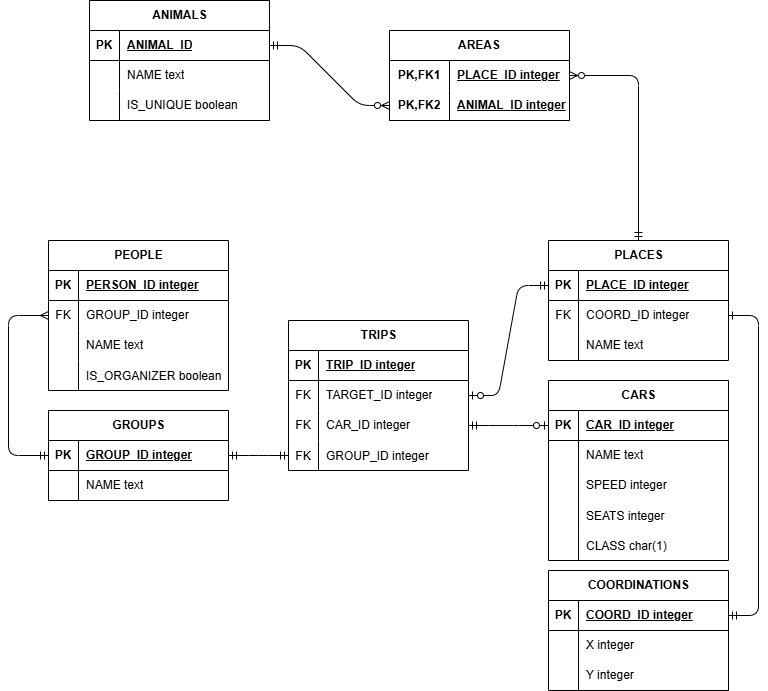
Earlier version of the draw.io export lab1/DataModel.drawio.png (Xaabibas/Databases). Source tidied: cells renumbered, new cells last; positions are measured from the earlier drawing's top-left corner, leaving out a move shared by most shapes.
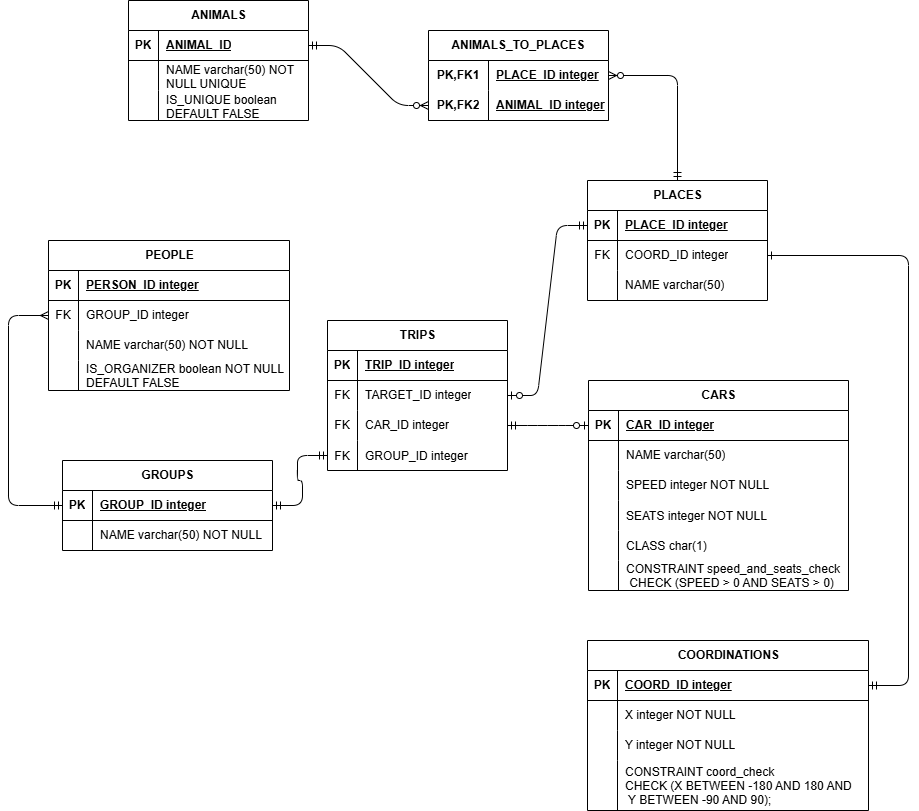
Above is the later version.

Diff of the diagram source:
```diff
@@ -44,6 +44,6 @@
     <mxCell id="15" value="CARS" style="shape=table;startSize=30;rowLines=0;fontStyle=1;align=center;html=1;" parent="1" vertex="1">
-      <mxGeometry x="540" y="380" width="180" height="180" as="geometry" />
+      <mxGeometry x="541" y="380" width="260" height="210" as="geometry" />
     </mxCell>
     <mxCell id="16" style="shape=tableRow;horizontal=0;startSize=0;swimlaneHead=0;swimlaneBody=0;fillColor=none;points=[[0,0.5],[1,0.5]];portConstraint=eastwest;top=0;left=0;right=0;bottom=1;" parent="15" vertex="1">
-      <mxGeometry y="30" width="180" height="30" as="geometry" />
+      <mxGeometry y="30" width="260" height="30" as="geometry" />
     </mxCell>
@@ -53,6 +53,6 @@
     <mxCell id="18" value="CAR_ID integer" style="shape=partialRectangle;fillColor=none;top=0;left=0;bottom=0;right=0;align=left;spacingLeft=6;fontStyle=5;overflow=hidden;whiteSpace=wrap;html=1;" parent="16" vertex="1">
-      <mxGeometry x="30" width="150" height="30" as="geometry" />
+      <mxGeometry x="30" width="230" height="30" as="geometry" />
     </mxCell>
     <mxCell id="19" style="shape=tableRow;horizontal=0;startSize=0;swimlaneHead=0;swimlaneBody=0;fillColor=none;top=0;left=0;right=0;bottom=0;" parent="15" vertex="1">
-      <mxGeometry y="60" width="180" height="30" as="geometry" />
+      <mxGeometry y="60" width="260" height="30" as="geometry" />
     </mxCell>
@@ -61,7 +61,7 @@
     </mxCell>
-    <mxCell id="21" value="NAME text" style="shape=partialRectangle;fillColor=none;top=0;left=0;bottom=0;right=0;align=left;spacingLeft=6;overflow=hidden;whiteSpace=wrap;html=1;" parent="19" vertex="1">
-      <mxGeometry x="30" width="150" height="30" as="geometry" />
+    <mxCell id="21" value="NAME varchar(50)" style="shape=partialRectangle;fillColor=none;top=0;left=0;bottom=0;right=0;align=left;spacingLeft=6;overflow=hidden;whiteSpace=wrap;html=1;" parent="19" vertex="1">
+      <mxGeometry x="30" width="230" height="30" as="geometry" />
     </mxCell>
     <mxCell id="22" style="shape=tableRow;horizontal=0;startSize=0;swimlaneHead=0;swimlaneBody=0;fillColor=none;top=0;left=0;right=0;bottom=0;" parent="15" vertex="1">
-      <mxGeometry y="90" width="180" height="30" as="geometry" />
+      <mxGeometry y="90" width="260" height="30" as="geometry" />
     </mxCell>
@@ -70,7 +70,7 @@
     </mxCell>
-    <mxCell id="24" value="SPEED integer" style="shape=partialRectangle;fillColor=none;top=0;left=0;bottom=0;right=0;align=left;spacingLeft=6;overflow=hidden;whiteSpace=wrap;html=1;" parent="22" vertex="1">
-      <mxGeometry x="30" width="150" height="30" as="geometry" />
+    <mxCell id="24" value="SPEED integer NOT NULL" style="shape=partialRectangle;fillColor=none;top=0;left=0;bottom=0;right=0;align=left;spacingLeft=6;overflow=hidden;whiteSpace=wrap;html=1;" parent="22" vertex="1">
+      <mxGeometry x="30" width="230" height="30" as="geometry" />
     </mxCell>
     <mxCell id="25" style="shape=tableRow;horizontal=0;startSize=0;swimlaneHead=0;swimlaneBody=0;fillColor=none;top=0;left=0;right=0;bottom=0;" parent="15" vertex="1">
-      <mxGeometry y="120" width="180" height="30" as="geometry" />
+      <mxGeometry y="120" width="260" height="30" as="geometry" />
     </mxCell>
@@ -79,7 +79,7 @@
     </mxCell>
-    <mxCell id="27" value="SEATS integer" style="shape=partialRectangle;fillColor=none;top=0;left=0;bottom=0;right=0;align=left;spacingLeft=6;overflow=hidden;" parent="25" vertex="1">
-      <mxGeometry x="30" width="150" height="30" as="geometry" />
+    <mxCell id="27" value="SEATS integer NOT NULL " style="shape=partialRectangle;fillColor=none;top=0;left=0;bottom=0;right=0;align=left;spacingLeft=6;overflow=hidden;" parent="25" vertex="1">
+      <mxGeometry x="30" width="230" height="30" as="geometry" />
     </mxCell>
     <mxCell id="28" style="shape=tableRow;horizontal=0;startSize=0;swimlaneHead=0;swimlaneBody=0;fillColor=none;top=0;left=0;right=0;bottom=0;" parent="15" vertex="1">
-      <mxGeometry y="150" width="180" height="30" as="geometry" />
+      <mxGeometry y="150" width="260" height="30" as="geometry" />
     </mxCell>
@@ -89,6 +89,15 @@
     <mxCell id="30" value="CLASS char(1)" style="shape=partialRectangle;fillColor=none;top=0;left=0;bottom=0;right=0;align=left;spacingLeft=6;overflow=hidden;" parent="28" vertex="1">
-      <mxGeometry x="30" width="150" height="30" as="geometry" />
+      <mxGeometry x="30" width="230" height="30" as="geometry" />
     </mxCell>
+    <mxCell id="95" style="shape=tableRow;horizontal=0;startSize=0;swimlaneHead=0;swimlaneBody=0;fillColor=none;top=0;left=0;right=0;bottom=0;" parent="15" vertex="1">
+      <mxGeometry y="180" width="260" height="30" as="geometry" />
+    </mxCell>
+    <mxCell id="96" style="shape=partialRectangle;fillColor=none;top=0;left=0;bottom=0;right=0;overflow=hidden;" parent="95" vertex="1">
+      <mxGeometry width="30" height="30" as="geometry" />
+    </mxCell>
+    <mxCell id="97" value="CONSTRAINT speed_and_seats_check&#10; CHECK (SPEED &gt; 0 AND SEATS &gt; 0)" style="shape=partialRectangle;fillColor=none;top=0;left=0;bottom=0;right=0;align=left;spacingLeft=6;overflow=hidden;fontFamily=Helvetica;" parent="95" vertex="1">
+      <mxGeometry x="30" width="230" height="30" as="geometry" />
+    </mxCell>
     <mxCell id="31" value="PLACES" style="shape=table;startSize=30;rowLines=0;fontStyle=1;align=center;html=1;" parent="1" vertex="1">
-      <mxGeometry x="540" y="240" width="180" height="120" as="geometry" />
+      <mxGeometry x="540" y="180" width="180" height="120" as="geometry" />
     </mxCell>
@@ -118,3 +127,3 @@
     </mxCell>
-    <mxCell id="40" value="NAME text" style="shape=partialRectangle;fillColor=none;top=0;left=0;bottom=0;right=0;align=left;spacingLeft=6;overflow=hidden;whiteSpace=wrap;html=1;" parent="38" vertex="1">
+    <mxCell id="40" value="NAME varchar(50)" style="shape=partialRectangle;fillColor=none;top=0;left=0;bottom=0;right=0;align=left;spacingLeft=6;overflow=hidden;whiteSpace=wrap;html=1;" parent="38" vertex="1">
       <mxGeometry x="30" width="150" height="30" as="geometry" />
@@ -122,6 +131,6 @@
     <mxCell id="41" value="COORDINATIONS" style="shape=table;startSize=30;rowLines=0;fontStyle=1;align=center;html=1;" parent="1" vertex="1">
-      <mxGeometry x="540" y="570" width="180" height="120" as="geometry" />
+      <mxGeometry x="540" y="640" width="281" height="170" as="geometry" />
     </mxCell>
     <mxCell id="42" style="shape=tableRow;horizontal=0;startSize=0;swimlaneHead=0;swimlaneBody=0;fillColor=none;points=[[0,0.5],[1,0.5]];portConstraint=eastwest;top=0;left=0;right=0;bottom=1;" parent="41" vertex="1">
-      <mxGeometry y="30" width="180" height="30" as="geometry" />
+      <mxGeometry y="30" width="281" height="30" as="geometry" />
     </mxCell>
@@ -131,6 +140,6 @@
     <mxCell id="44" value="COORD_ID integer" style="shape=partialRectangle;fillColor=none;top=0;left=0;bottom=0;right=0;align=left;spacingLeft=6;fontStyle=5;overflow=hidden;whiteSpace=wrap;html=1;" parent="42" vertex="1">
-      <mxGeometry x="30" width="150" height="30" as="geometry" />
+      <mxGeometry x="30" width="251" height="30" as="geometry" />
     </mxCell>
     <mxCell id="45" style="shape=tableRow;horizontal=0;startSize=0;swimlaneHead=0;swimlaneBody=0;fillColor=none;top=0;left=0;right=0;bottom=0;" parent="41" vertex="1">
-      <mxGeometry y="60" width="180" height="30" as="geometry" />
+      <mxGeometry y="60" width="281" height="30" as="geometry" />
     </mxCell>
@@ -139,7 +148,7 @@
     </mxCell>
-    <mxCell id="47" value="X integer" style="shape=partialRectangle;fillColor=none;top=0;left=0;bottom=0;right=0;align=left;spacingLeft=6;overflow=hidden;whiteSpace=wrap;html=1;" parent="45" vertex="1">
-      <mxGeometry x="30" width="150" height="30" as="geometry" />
+    <mxCell id="47" value="X integer NOT NULL" style="shape=partialRectangle;fillColor=none;top=0;left=0;bottom=0;right=0;align=left;spacingLeft=6;overflow=hidden;whiteSpace=wrap;html=1;" parent="45" vertex="1">
+      <mxGeometry x="30" width="251" height="30" as="geometry" />
     </mxCell>
     <mxCell id="48" style="shape=tableRow;horizontal=0;startSize=0;swimlaneHead=0;swimlaneBody=0;fillColor=none;top=0;left=0;right=0;bottom=0;" parent="41" vertex="1">
-      <mxGeometry y="90" width="180" height="30" as="geometry" />
+      <mxGeometry y="90" width="281" height="30" as="geometry" />
     </mxCell>
@@ -148,10 +157,19 @@
     </mxCell>
-    <mxCell id="50" value="Y integer" style="shape=partialRectangle;fillColor=none;top=0;left=0;bottom=0;right=0;align=left;spacingLeft=6;overflow=hidden;whiteSpace=wrap;html=1;" parent="48" vertex="1">
-      <mxGeometry x="30" width="150" height="30" as="geometry" />
+    <mxCell id="50" value="Y integer NOT NULL" style="shape=partialRectangle;fillColor=none;top=0;left=0;bottom=0;right=0;align=left;spacingLeft=6;overflow=hidden;whiteSpace=wrap;html=1;" parent="48" vertex="1">
+      <mxGeometry x="30" width="251" height="30" as="geometry" />
     </mxCell>
+    <mxCell id="98" style="shape=tableRow;horizontal=0;startSize=0;swimlaneHead=0;swimlaneBody=0;fillColor=none;top=0;left=0;right=0;bottom=0;" parent="41" vertex="1">
+      <mxGeometry y="120" width="281" height="50" as="geometry" />
+    </mxCell>
+    <mxCell id="99" style="shape=partialRectangle;fillColor=none;top=0;left=0;bottom=0;right=0;overflow=hidden;" parent="98" vertex="1">
+      <mxGeometry width="30" height="50" as="geometry" />
+    </mxCell>
+    <mxCell id="100" value="CONSTRAINT coord_check &#10;CHECK (X BETWEEN -180 AND 180 AND&#10; Y BETWEEN -90 AND 90);" style="shape=partialRectangle;fillColor=none;top=0;left=0;bottom=0;right=0;align=left;spacingLeft=6;overflow=hidden;fontFamily=Helvetica;" parent="98" vertex="1">
+      <mxGeometry x="30" width="251" height="50" as="geometry" />
+    </mxCell>
     <mxCell id="51" value="PEOPLE" style="shape=table;startSize=30;rowLines=0;fontStyle=1;align=center;html=1;" parent="1" vertex="1">
-      <mxGeometry x="40" y="240" width="180" height="150" as="geometry" />
+      <mxGeometry x="1" y="240" width="241" height="150" as="geometry" />
     </mxCell>
     <mxCell id="52" style="shape=tableRow;horizontal=0;startSize=0;swimlaneHead=0;swimlaneBody=0;fillColor=none;top=0;left=0;right=0;bottom=1;" parent="51" vertex="1">
-      <mxGeometry y="30" width="180" height="30" as="geometry" />
+      <mxGeometry y="30" width="241" height="30" as="geometry" />
     </mxCell>
@@ -161,6 +179,6 @@
     <mxCell id="54" value="PERSON_ID integer" style="shape=partialRectangle;fillColor=none;top=0;left=0;bottom=0;right=0;align=left;spacingLeft=6;fontStyle=5;overflow=hidden;whiteSpace=wrap;html=1;" parent="52" vertex="1">
-      <mxGeometry x="30" width="150" height="30" as="geometry" />
+      <mxGeometry x="30" width="211" height="30" as="geometry" />
     </mxCell>
     <mxCell id="55" style="shape=tableRow;horizontal=0;startSize=0;swimlaneHead=0;swimlaneBody=0;fillColor=none;points=[[0,0.5],[1,0.5]];portConstraint=eastwest;top=0;left=0;right=0;bottom=0;" parent="51" vertex="1">
-      <mxGeometry y="60" width="180" height="30" as="geometry" />
+      <mxGeometry y="60" width="241" height="30" as="geometry" />
     </mxCell>
@@ -170,6 +188,6 @@
     <mxCell id="57" value="GROUP_ID integer" style="shape=partialRectangle;fillColor=none;top=0;left=0;bottom=0;right=0;align=left;spacingLeft=6;overflow=hidden;whiteSpace=wrap;html=1;" parent="55" vertex="1">
-      <mxGeometry x="30" width="150" height="30" as="geometry" />
+      <mxGeometry x="30" width="211" height="30" as="geometry" />
     </mxCell>
     <mxCell id="58" style="shape=tableRow;horizontal=0;startSize=0;swimlaneHead=0;swimlaneBody=0;fillColor=none;top=0;left=0;right=0;bottom=0;" parent="51" vertex="1">
-      <mxGeometry y="90" width="180" height="30" as="geometry" />
+      <mxGeometry y="90" width="241" height="30" as="geometry" />
     </mxCell>
@@ -178,7 +196,7 @@
     </mxCell>
-    <mxCell id="60" value="NAME text" style="shape=partialRectangle;fillColor=none;top=0;left=0;bottom=0;right=0;align=left;spacingLeft=6;overflow=hidden;whiteSpace=wrap;html=1;" parent="58" vertex="1">
-      <mxGeometry x="30" width="150" height="30" as="geometry" />
+    <mxCell id="60" value="NAME varchar(50) NOT NULL" style="shape=partialRectangle;fillColor=none;top=0;left=0;bottom=0;right=0;align=left;spacingLeft=6;overflow=hidden;whiteSpace=wrap;html=1;" parent="58" vertex="1">
+      <mxGeometry x="30" width="211" height="30" as="geometry" />
     </mxCell>
     <mxCell id="61" style="shape=tableRow;horizontal=0;startSize=0;swimlaneHead=0;swimlaneBody=0;fillColor=none;top=0;left=0;right=0;bottom=0;" parent="51" vertex="1">
-      <mxGeometry y="120" width="180" height="30" as="geometry" />
+      <mxGeometry y="120" width="241" height="30" as="geometry" />
     </mxCell>
@@ -187,10 +205,10 @@
     </mxCell>
-    <mxCell id="63" value="IS_ORGANIZER boolean" style="shape=partialRectangle;fillColor=none;top=0;left=0;bottom=0;right=0;align=left;spacingLeft=6;overflow=hidden;" parent="61" vertex="1">
-      <mxGeometry x="30" width="150" height="30" as="geometry" />
+    <mxCell id="63" value="IS_ORGANIZER boolean NOT NULL &#10;DEFAULT FALSE" style="shape=partialRectangle;fillColor=none;top=0;left=0;bottom=0;right=0;align=left;spacingLeft=6;overflow=hidden;" parent="61" vertex="1">
+      <mxGeometry x="30" width="211" height="30" as="geometry" />
     </mxCell>
     <mxCell id="64" value="GROUPS" style="shape=table;startSize=30;rowLines=0;fontStyle=1;align=center;html=1;" parent="1" vertex="1">
-      <mxGeometry x="40" y="410" width="180" height="90" as="geometry" />
+      <mxGeometry x="15" y="460" width="210" height="90" as="geometry" />
     </mxCell>
     <mxCell id="65" style="shape=tableRow;horizontal=0;startSize=0;swimlaneHead=0;swimlaneBody=0;fillColor=none;points=[[0,0.5],[1,0.5]];portConstraint=eastwest;top=0;left=0;right=0;bottom=1;" parent="64" vertex="1">
-      <mxGeometry y="30" width="180" height="30" as="geometry" />
+      <mxGeometry y="30" width="210" height="30" as="geometry" />
     </mxCell>
@@ -200,6 +218,6 @@
     <mxCell id="67" value="GROUP_ID integer" style="shape=partialRectangle;fillColor=none;top=0;left=0;bottom=0;right=0;align=left;spacingLeft=6;fontStyle=5;overflow=hidden;whiteSpace=wrap;html=1;" parent="65" vertex="1">
-      <mxGeometry x="30" width="150" height="30" as="geometry" />
+      <mxGeometry x="30" width="180" height="30" as="geometry" />
     </mxCell>
     <mxCell id="68" style="shape=tableRow;horizontal=0;startSize=0;swimlaneHead=0;swimlaneBody=0;fillColor=none;top=0;left=0;right=0;bottom=0;" parent="64" vertex="1">
-      <mxGeometry y="60" width="180" height="30" as="geometry" />
+      <mxGeometry y="60" width="210" height="30" as="geometry" />
     </mxCell>
@@ -208,4 +226,4 @@
     </mxCell>
-    <mxCell id="70" value="NAME text" style="shape=partialRectangle;fillColor=none;top=0;left=0;bottom=0;right=0;align=left;spacingLeft=6;overflow=hidden;whiteSpace=wrap;html=1;" parent="68" vertex="1">
-      <mxGeometry x="30" width="150" height="30" as="geometry" />
+    <mxCell id="70" value="NAME varchar(50) NOT NULL" style="shape=partialRectangle;fillColor=none;top=0;left=0;bottom=0;right=0;align=left;spacingLeft=6;overflow=hidden;whiteSpace=wrap;html=1;" parent="68" vertex="1">
+      <mxGeometry x="30" width="180" height="30" as="geometry" />
     </mxCell>
@@ -229,3 +247,3 @@
     </mxCell>
-    <mxCell id="77" value="NAME text" style="shape=partialRectangle;fillColor=none;top=0;left=0;bottom=0;right=0;align=left;spacingLeft=6;overflow=hidden;whiteSpace=wrap;html=1;" parent="75" vertex="1">
+    <mxCell id="77" value="NAME varchar(50) NOT NULL UNIQUE" style="shape=partialRectangle;fillColor=none;top=0;left=0;bottom=0;right=0;align=left;spacingLeft=6;overflow=hidden;whiteSpace=wrap;html=1;" parent="75" vertex="1">
       <mxGeometry x="30" width="150" height="30" as="geometry" />
@@ -238,6 +256,6 @@
     </mxCell>
-    <mxCell id="80" value="IS_UNIQUE boolean" style="shape=partialRectangle;fillColor=none;top=0;left=0;bottom=0;right=0;align=left;spacingLeft=6;overflow=hidden;whiteSpace=wrap;html=1;" parent="78" vertex="1">
+    <mxCell id="80" value="IS_UNIQUE boolean DEFAULT FALSE" style="shape=partialRectangle;fillColor=none;top=0;left=0;bottom=0;right=0;align=left;spacingLeft=6;overflow=hidden;whiteSpace=wrap;html=1;" parent="78" vertex="1">
       <mxGeometry x="30" width="150" height="30" as="geometry" />
     </mxCell>
-    <mxCell id="81" value="AREAS" style="shape=table;startSize=30;rowLines=0;fontStyle=1;align=center;html=1;whiteSpace=wrap;" parent="1" vertex="1">
+    <mxCell id="81" value="ANIMALS_TO_PLACES" style="shape=table;startSize=30;rowLines=0;fontStyle=1;align=center;html=1;whiteSpace=wrap;" parent="1" vertex="1">
       <mxGeometry x="381" y="30" width="180" height="90" as="geometry" />
@@ -268,4 +286,8 @@
     </mxCell>
-    <mxCell id="90" style="edgeStyle=entityRelationEdgeStyle;fontSize=12;html=1;endArrow=ERmandOne;rounded=1;exitX=1;exitY=0.5;exitDx=0;exitDy=0;entryX=1;entryY=0.5;entryDx=0;entryDy=0;curved=0;startArrow=ERone;startFill=0;" parent="1" edge="1" source="35" target="42">
-      <mxGeometry relative="1" as="geometry" />
+    <mxCell id="90" style="edgeStyle=elbowEdgeStyle;fontSize=12;html=1;endArrow=ERmandOne;rounded=1;exitX=1;exitY=0.5;exitDx=0;exitDy=0;entryX=1;entryY=0.5;entryDx=0;entryDy=0;startArrow=ERone;startFill=0;" parent="1" edge="1" source="35" target="42">
+      <mxGeometry relative="1" as="geometry">
+        <Array as="points">
+          <mxPoint x="861" y="470" />
+        </Array>
+      </mxGeometry>
     </mxCell>
@@ -283,3 +305,3 @@
         <Array as="points">
-          <mxPoint y="390" />
+          <mxPoint x="-39" y="410" />
         </Array>
```
